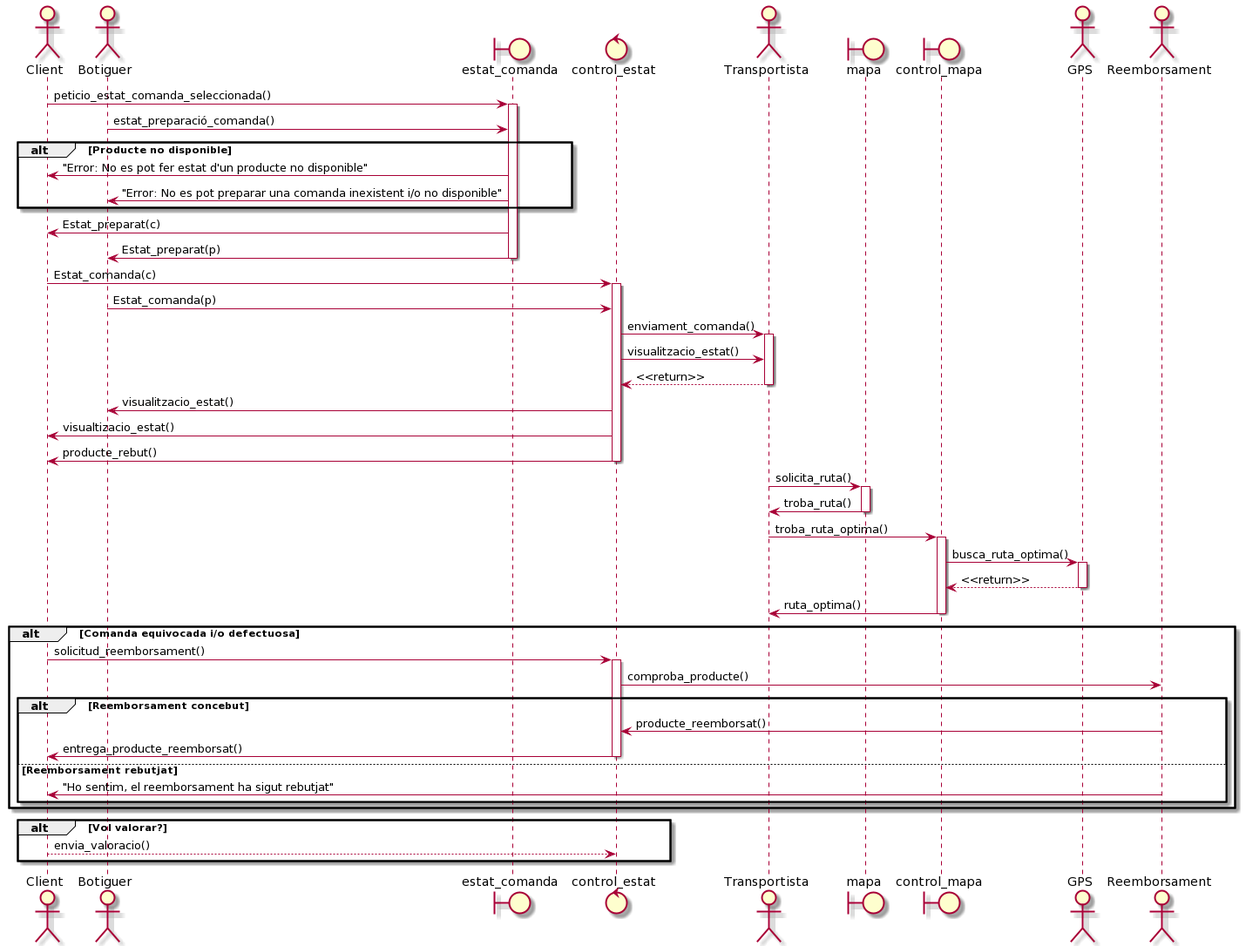
The PlantUML diagram diagrams/sprint3_diag_sequencia_estat_comanda.png in polpagesdev/delivery-app, before a commit.
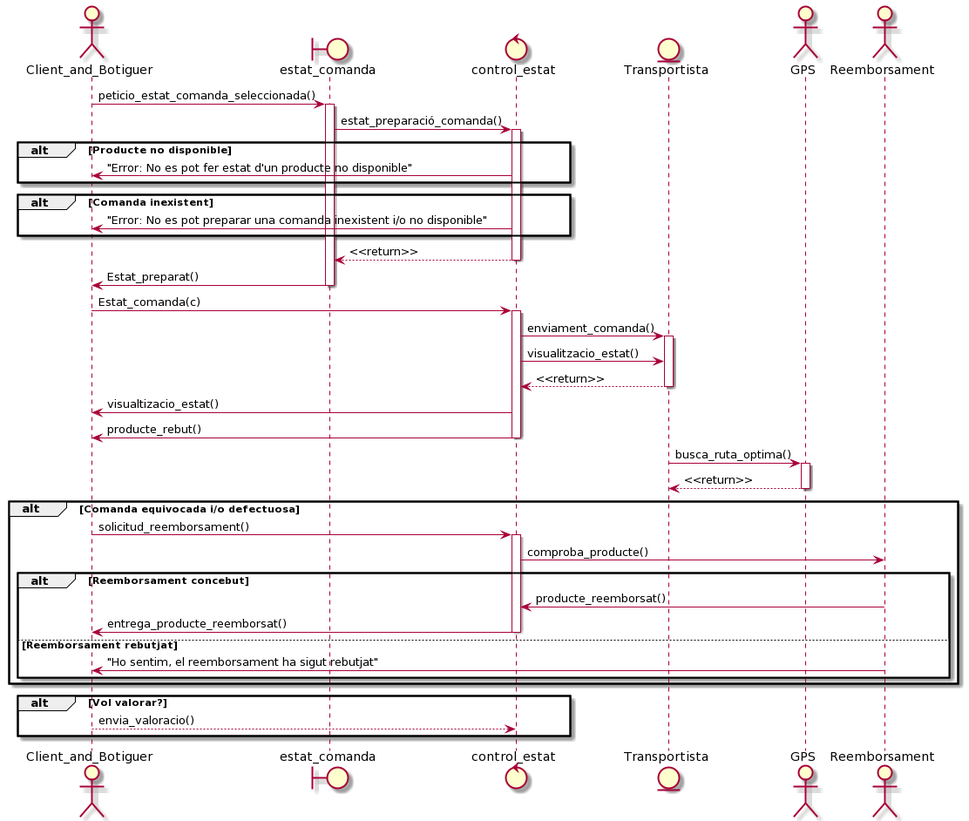
Above is the later version.

What changed in the source:
```diff
@@ -1,66 +1,56 @@
 @startuml
-actor Client
-actor Botiguer
+actor Client_and_Botiguer
 boundary estat_comanda
 control control_estat
-actor Transportista
-boundary mapa
-boundary control_mapa
+entity Transportista
 actor GPS
 actor Reemborsament
-Client -> estat_comanda: peticio_estat_comanda_seleccionada()
+Client_and_Botiguer -> estat_comanda: peticio_estat_comanda_seleccionada()
 activate estat_comanda
+estat_comanda -> control_estat: estat_preparació_comanda()
+activate control_estat
+alt Producte no disponible
 
-Botiguer -> estat_comanda: estat_preparació_comanda()
-alt Producte no disponible
-   estat_comanda -> Client: "Error: No es pot fer estat d'un producte no disponible"
-   estat_comanda -> Botiguer: "Error: No es pot preparar una comanda inexistent i/o no disponible"
+   control_estat -> Client_and_Botiguer: "Error: No es pot fer estat d'un producte no disponible"
+
 end
-estat_comanda -> Client : Estat_preparat(c)
-estat_comanda -> Botiguer : Estat_preparat(p)
+alt Comanda inexistent
+  control_estat -> Client_and_Botiguer: "Error: No es pot preparar una comanda inexistent i/o no disponible"
+end
+control_estat --> estat_comanda: <<return>>
+deactivate control_estat
+estat_comanda -> Client_and_Botiguer : Estat_preparat()
 deactivate estat_comanda
 
-Client -> control_estat: Estat_comanda(c)
+Client_and_Botiguer -> control_estat: Estat_comanda(c)
 activate control_estat
-Botiguer -> control_estat: Estat_comanda(p)
 control_estat -> Transportista: enviament_comanda()
 activate Transportista
 control_estat -> Transportista: visualitzacio_estat()
 Transportista --> control_estat: <<return>>
 deactivate Transportista
-control_estat -> Botiguer: visualitzacio_estat()
-control_estat -> Client: visualtizacio_estat()
-control_estat -> Client: producte_rebut()
+control_estat -> Client_and_Botiguer: visualtizacio_estat()
+control_estat -> Client_and_Botiguer: producte_rebut()
 deactivate control_estat
 
-Transportista -> mapa: solicita_ruta()
-activate mapa
-mapa -> Transportista: troba_ruta()
-deactivate mapa
-Transportista -> control_mapa: troba_ruta_optima()
-
-
-activate control_mapa
-control_mapa -> GPS: busca_ruta_optima()
+Transportista -> GPS: busca_ruta_optima()
 activate GPS
-GPS --> control_mapa: <<return>>
+GPS --> Transportista: <<return>>
 deactivate GPS
-control_mapa -> Transportista: ruta_optima()
-deactivate control_mapa
 
 alt Comanda equivocada i/o defectuosa
-    Client -> control_estat: solicitud_reemborsament()
+    Client_and_Botiguer -> control_estat: solicitud_reemborsament()
     activate control_estat
     control_estat -> Reemborsament: comproba_producte()
     alt Reemborsament concebut
        Reemborsament -> control_estat: producte_reemborsat()
-       control_estat -> Client: entrega_producte_reemborsat()
+       control_estat -> Client_and_Botiguer: entrega_producte_reemborsat()
     deactivate control_estat
     else Reemborsament rebutjat
-       Reemborsament -> Client: "Ho sentim, el reemborsament ha sigut rebutjat"
+       Reemborsament -> Client_and_Botiguer: "Ho sentim, el reemborsament ha sigut rebutjat"
     end
 end
 alt Vol valorar?
-   Client --> control_estat: envia_valoracio()
+   Client_and_Botiguer --> control_estat: envia_valoracio()
 end
 @enduml
```
